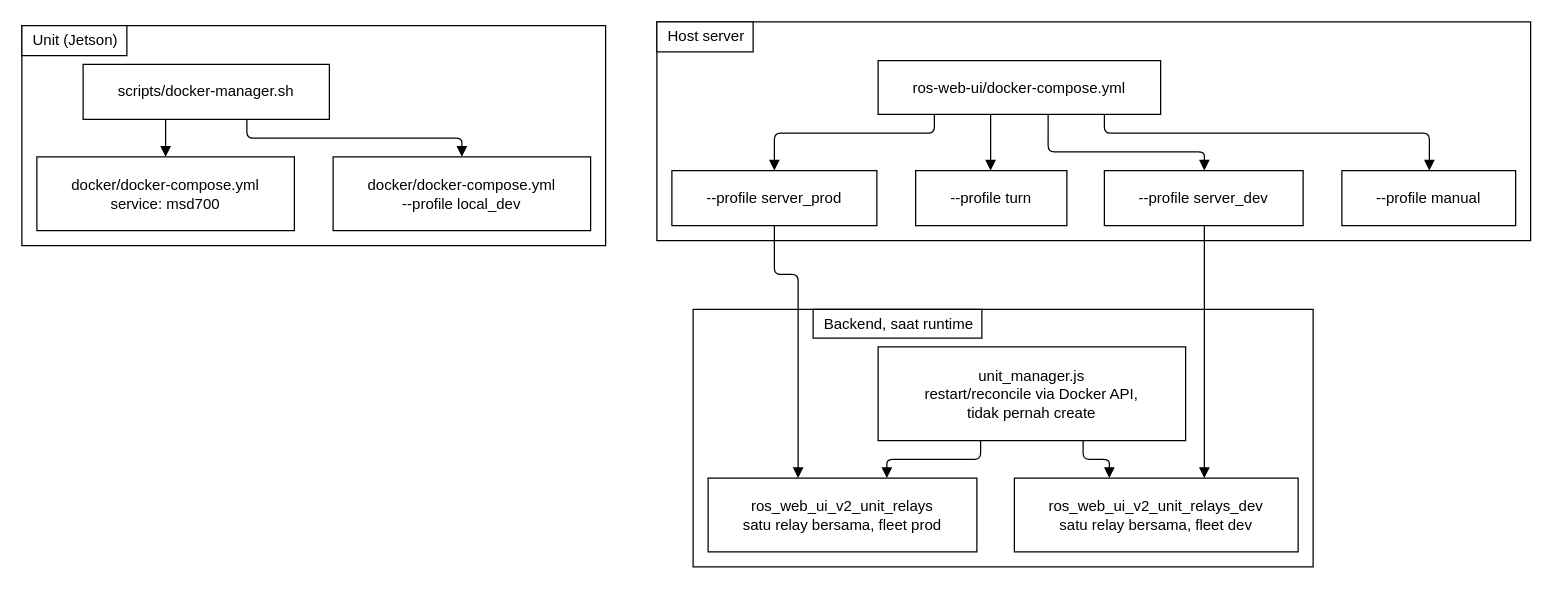
Earlier version of the draw.io diagram docs/id/setup/diagrams/docker-reference-which-compose-file.drawio (itbdelaboprogramming/msd700_documentation). Source tidied: cells renumbered, new cells numbered last; positions are measured from the earlier drawing's top-left corner, leaving out a move shared by most shapes. Both pictures are drawn from the tidied source at 125%, with x=0, y=0 at pixel (21, 21).
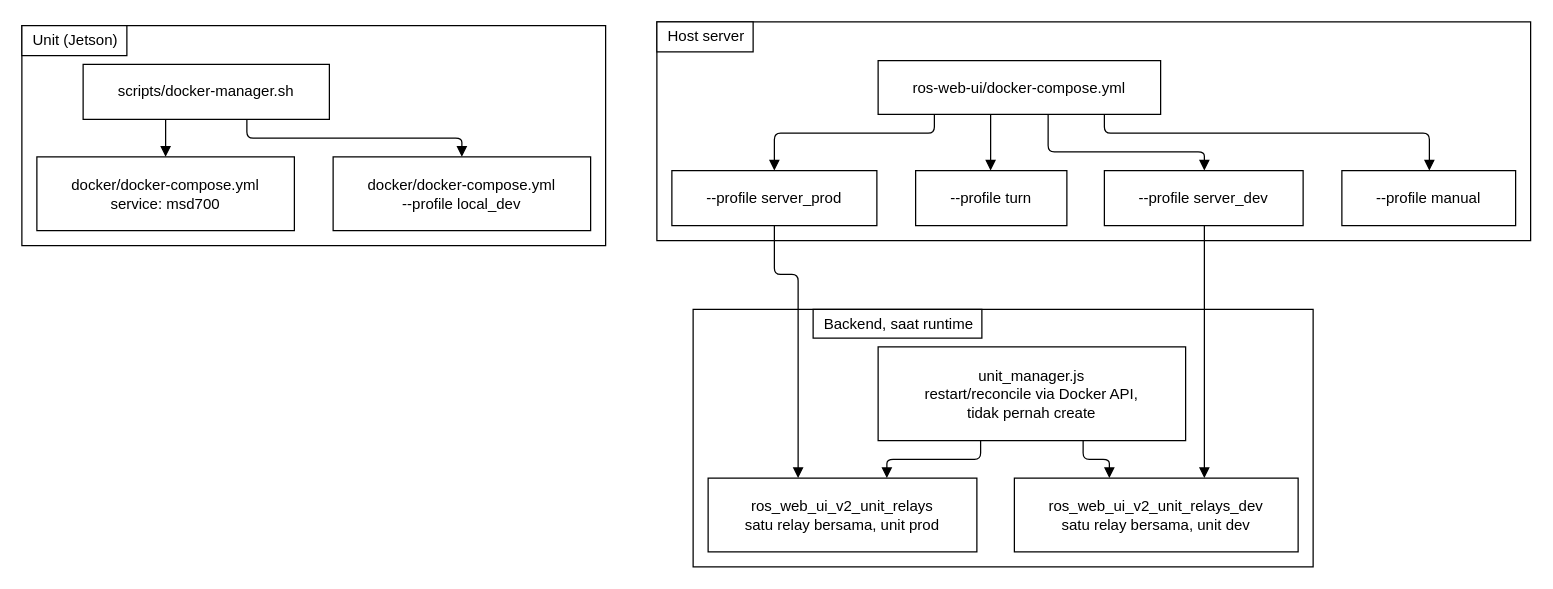
The same page after the edit.

The change refers to these unchanged cells:
```xml
<mxCell id="3" style="rounded=0;html=1;whiteSpace=wrap;fillColor=#ffffff;strokeColor=#000000;" parent="1" vertex="1">
  <mxGeometry x="537" y="230" width="496" height="206" as="geometry" />
</mxCell>
```

What changed in the source:
```diff
@@
-    <mxCell id="14" value="ros_web_ui_v2_unit_relays&lt;br&gt;satu relay bersama, fleet prod" style="html=1;whiteSpace=wrap;fillColor=#ffffff;strokeColor=#000000;rounded=0;fontFamily=Helvetica;fontSize=12;fontColor=#000000;" parent="3" vertex="1">
+    <mxCell id="14" value="ros_web_ui_v2_unit_relays&lt;br&gt;satu relay bersama, unit prod" style="html=1;whiteSpace=wrap;fillColor=#ffffff;strokeColor=#000000;rounded=0;fontFamily=Helvetica;fontSize=12;fontColor=#000000;" parent="3" vertex="1">
       <mxGeometry x="12" y="135" width="215" height="59" as="geometry" />
     </mxCell>
-    <mxCell id="15" value="ros_web_ui_v2_unit_relays_dev&lt;br&gt;satu relay bersama, fleet dev" style="html=1;whiteSpace=wrap;fillColor=#ffffff;strokeColor=#000000;rounded=0;fontFamily=Helvetica;fontSize=12;fontColor=#000000;" parent="3" vertex="1">
+    <mxCell id="15" value="ros_web_ui_v2_unit_relays_dev&lt;br&gt;satu relay bersama, unit dev" style="html=1;whiteSpace=wrap;fillColor=#ffffff;strokeColor=#000000;rounded=0;fontFamily=Helvetica;fontSize=12;fontColor=#000000;" parent="3" vertex="1">
       <mxGeometry x="257" y="135" width="227" height="59" as="geometry" />
     </mxCell>
```
